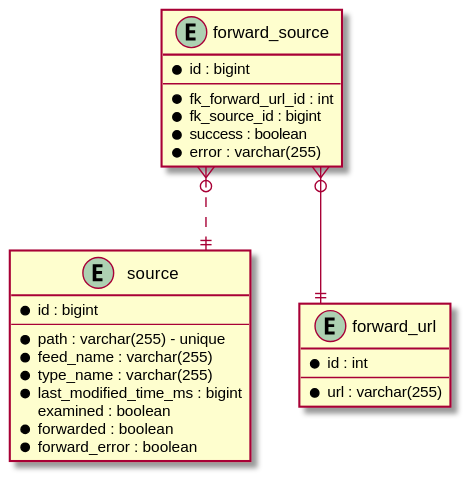
Earlier version of the PlantUML export stroom-proxy/stroom-proxy-app/doc/forward-stored-data-entity.svg (gchq/stroom).
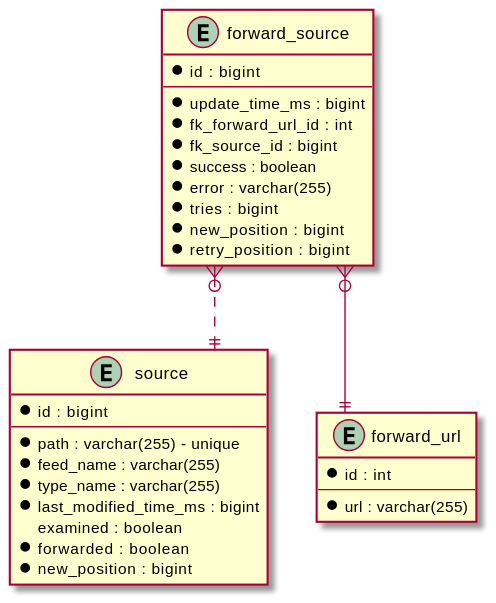
After the commit.

Change to the diagram source:
```diff
@@ -11,7 +11,7 @@
   *last_modified_time_ms : bigint
   examined : boolean
   *forwarded : boolean
-  *forward_error : boolean
+  *new_position : bigint
 }
 
 entity forward_url {
@@ -23,10 +23,14 @@
 entity forward_source {
   *id : bigint
   --
+  *update_time_ms : bigint
   *fk_forward_url_id : int
   *fk_source_id : bigint
   *success : boolean
   *error : varchar(255)
+  *tries : bigint
+  *new_position : bigint
+  *retry_position : bigint
 }
 
 forward_source }o--|| forward_url
```
